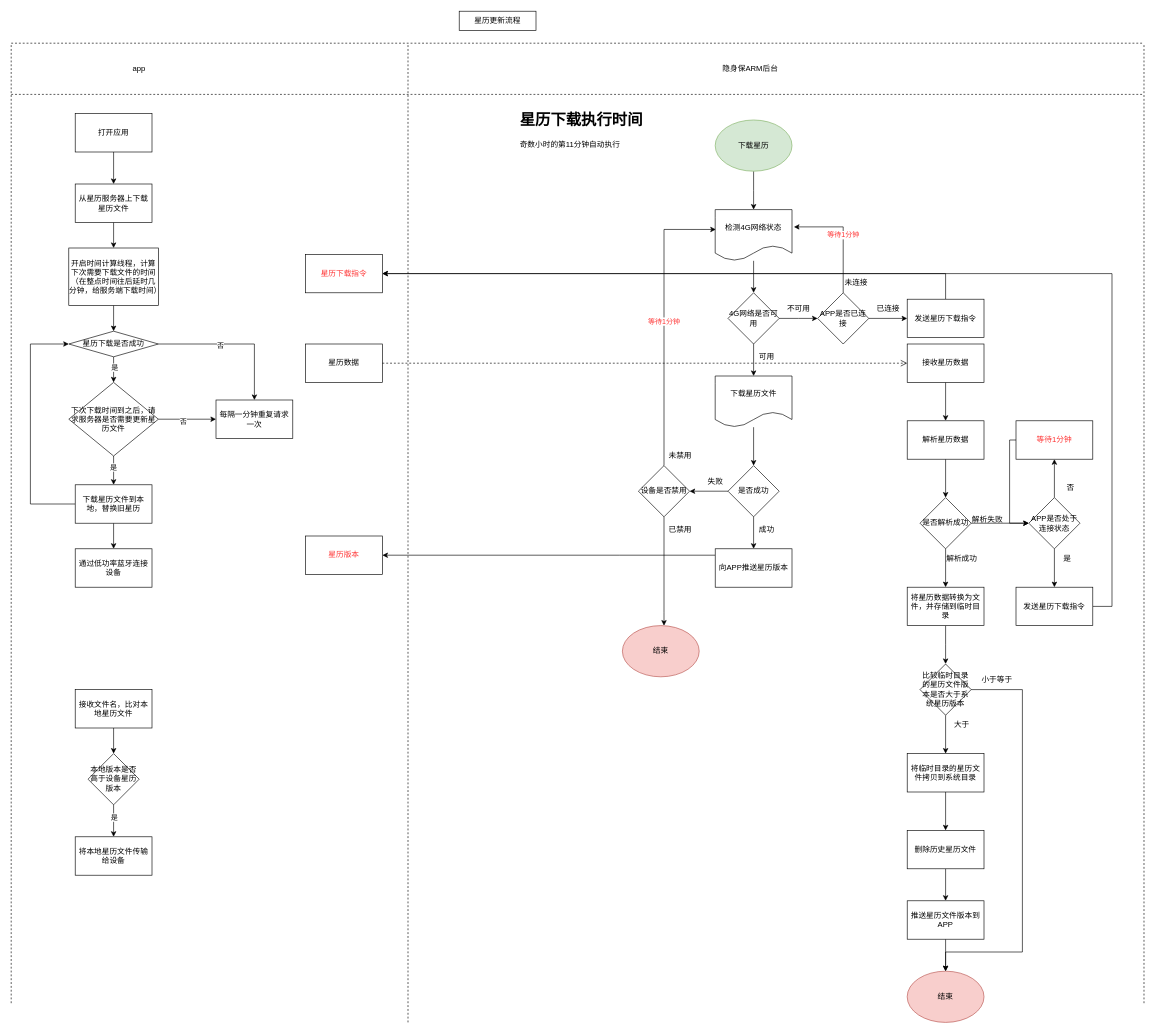
kyphoon/ysb_drawio_tree keeps this draw.io diagram as page "星历更新" (10 of 27) of 隐身保arm版-业务流程-V1.0-20221028-1.drawio. Above is the earlier version. Source tidied: cells renumbered, new cells numbered last; positions are measured from the earlier drawing's top-left corner, leaving out a move shared by most shapes. Both pictures are drawn from the tidied source at 64%, with x=0, y=0 at pixel (11, 11).
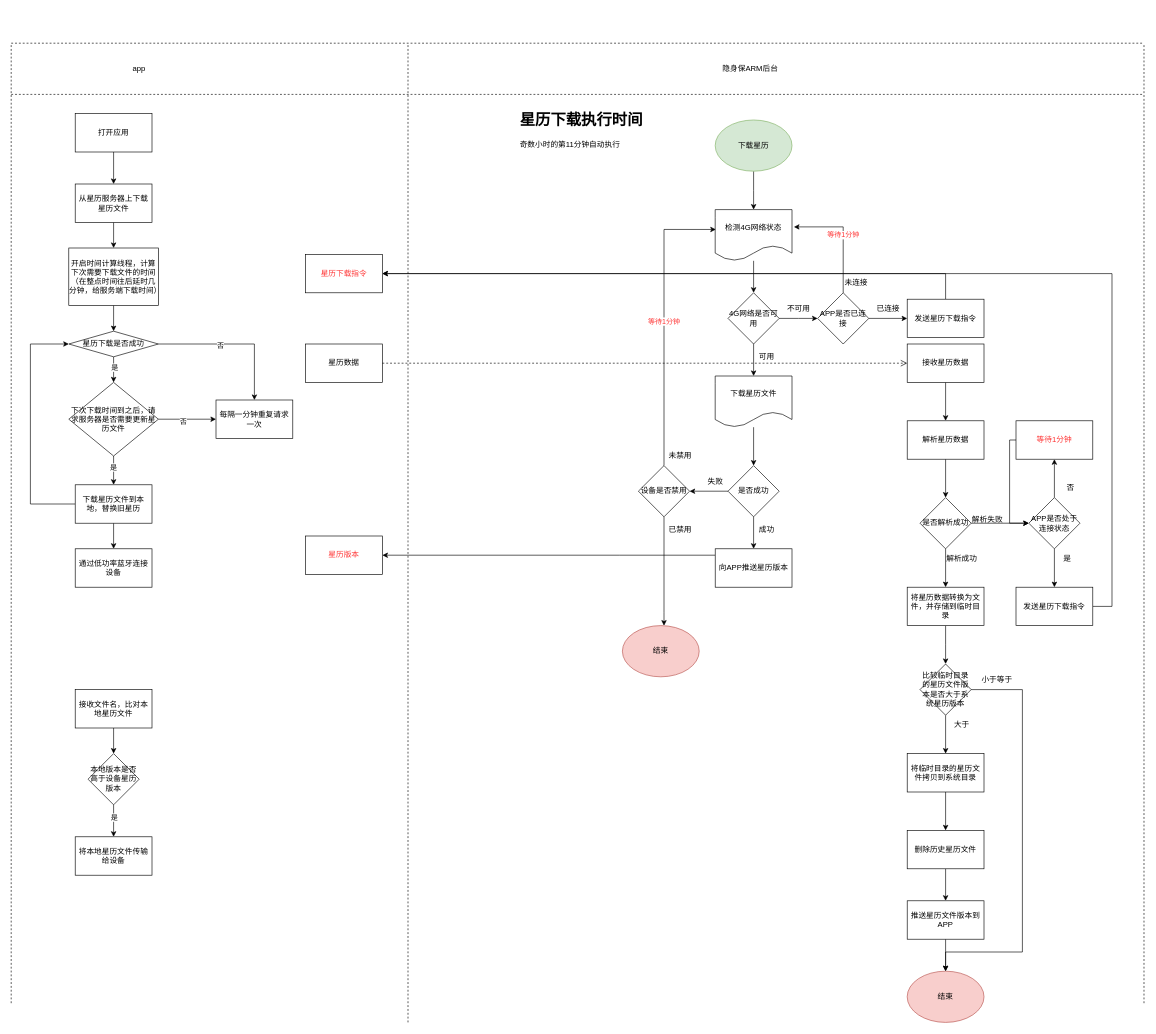
The same diagram, later.

What changed in the source:
```diff
@@
-    <mxCell id="36" value="星历更新流程" style="rounded=0;whiteSpace=wrap;html=1;" parent="1" vertex="1">
-      <mxGeometry x="700" width="120" height="30" as="geometry" />
-    </mxCell>
```
